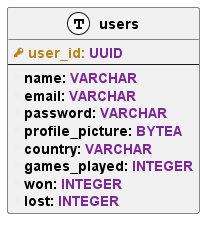
Earlier version of the PlantUML export Database_Diagrams/Physical_Model.png (MBabiar/MTAA-Backend). Source of this version:
```plantuml
@startuml MTAA PostgreSQL Database Physical Model

left to right direction
skinparam class {
    FontStyle bold
}

!define primary_key(x) <b><color:#b8861b><&key></color> <color:#b8861b>x:</color></b>
!define foreign_key(x) <b><color:#464600><&key></color><color:#464600>x</color>:</b>
!define column(x) <b><color:#efefef><&media-record></color>x:</b>
!define value(x) <b><color:#7e2798>x</color></b>
!define table(x) entity x << (T, white) >>

table(users) {
    primary_key(user_id) value(UUID)
    --
    column(name) value(VARCHAR)
    column(email) value(VARCHAR)
    column(password) value(VARCHAR)
    column(profile_picture) value(BYTEA)
    column(country) value(VARCHAR)
    column(games_played) value(INTEGER)
    column(won) value(INTEGER)
    column(lost) value(INTEGER)
}

@enduml
```
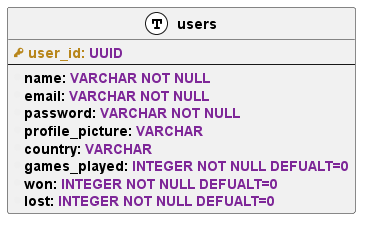
After the commit.

What changed in the source:
```diff
@@ -14,14 +14,14 @@
 table(users) {
     primary_key(user_id) value(UUID)
     --
-    column(name) value(VARCHAR)
-    column(email) value(VARCHAR)
-    column(password) value(VARCHAR)
-    column(profile_picture) value(BYTEA)
+    column(name) value(VARCHAR NOT NULL)
+    column(email) value(VARCHAR NOT NULL)
+    column(password) value(VARCHAR NOT NULL)
+    column(profile_picture) value(VARCHAR)
     column(country) value(VARCHAR)
-    column(games_played) value(INTEGER)
-    column(won) value(INTEGER)
-    column(lost) value(INTEGER)
+    column(games_played) value(INTEGER NOT NULL DEFUALT=0)
+    column(won) value(INTEGER NOT NULL DEFUALT=0)
+    column(lost) value(INTEGER NOT NULL DEFUALT=0)
 }
 
 @enduml
```
